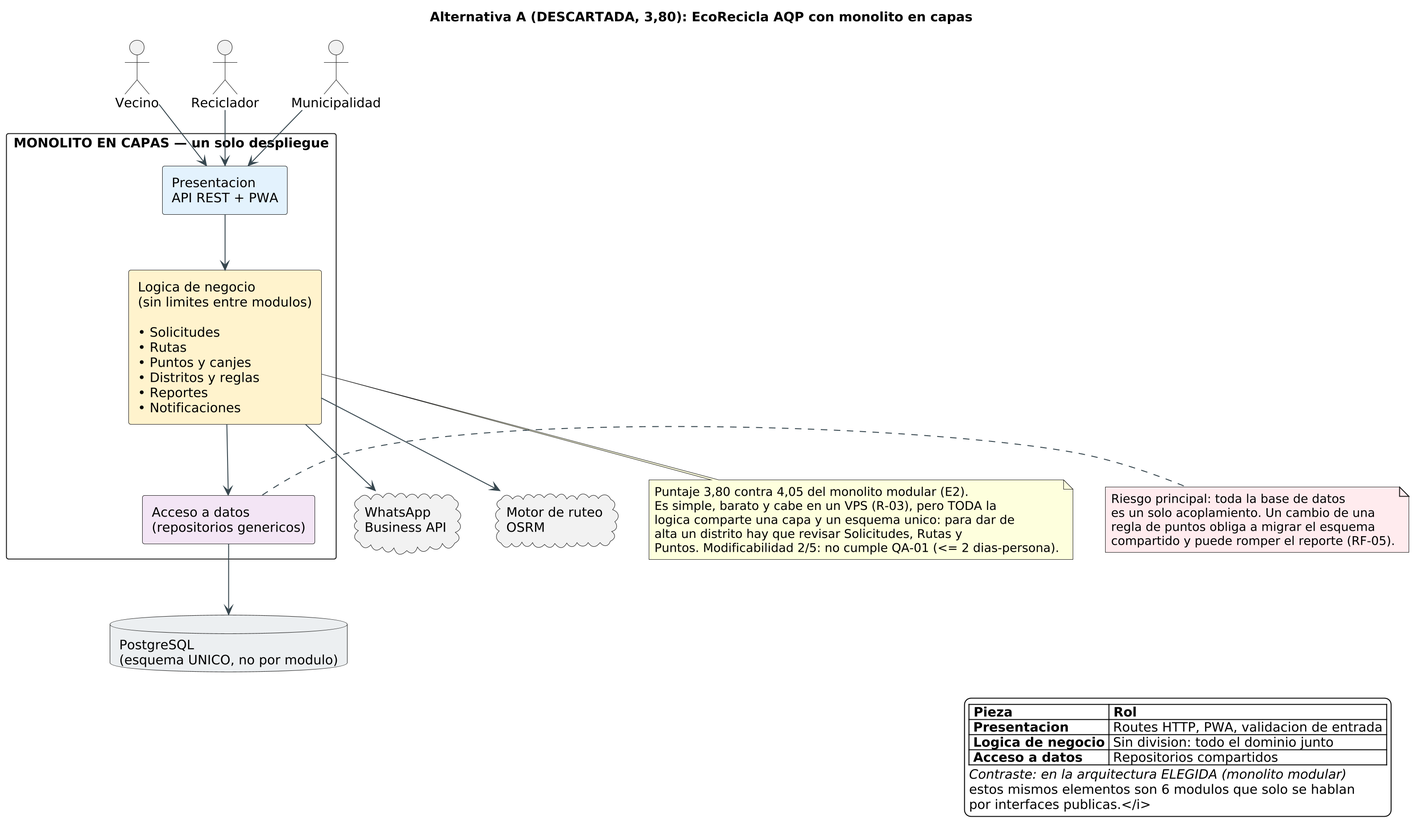
Before: docs/architecture/diagramas/img/alternativa.png, a diagram exported from PlantUML (PauloQuen/cs-2026b-lab04--grupo04). Source of this version:
```plantuml
@startuml

skinparam dpi 200
skinparam componentStyle rectangle
skinparam defaultFontName Arial
skinparam backgroundColor white
skinparam shadowing false
skinparam ArrowColor #37474F
skinparam packageStyle rectangle

title Alternativa A (DESCARTADA, 3,80): EcoRecicla AQP con monolito en capas

actor "Vecino" as VE
actor "Reciclador" as RE
actor "Municipalidad" as MU

package "MONOLITO EN CAPAS — un solo despliegue" {

  component "Presentacion\nAPI REST + PWA" as P #E3F2FD

  component "Logica de negocio\n(sin limites entre modulos)\n\n• Solicitudes\n• Rutas\n• Puntos y canjes\n• Distritos y reglas\n• Reportes\n• Notificaciones" as L #FFF3CD

  component "Acceso a datos\n(repositorios genericos)" as D #F3E5F5
}

database "PostgreSQL\n(esquema UNICO, no por modulo)" as DB #ECEFF1
cloud "WhatsApp\nBusiness API" as WA #F2F2F2
cloud "Motor de ruteo\nOSRM" as RT #F2F2F2

VE --> P
RE --> P
MU --> P

P --> L
L --> D
D --> DB
L --> WA
L --> RT

note bottom of L
  Puntaje 3,80 contra 4,05 del monolito modular (E2).
  Es simple, barato y cabe en un VPS (R-03), pero TODA la
  logica comparte una capa y un esquema unico: para dar de
  alta un distrito hay que revisar Solicitudes, Rutas y
  Puntos. Modificabilidad 2/5: no cumple QA-01 (<= 2 dias-persona).
end note

note right of D #FFEBEE
  Riesgo principal: toda la base de datos
  es un solo acoplamiento. Un cambio de una
  regla de puntos obliga a migrar el esquema
  compartido y puede romper el reporte (RF-05).
end note

legend right
  |= Pieza |= Rol |
  | <b>Presentacion</b> | Routes HTTP, PWA, validacion de entrada |
  | <b>Logica de negocio</b> | Sin division: todo el dominio junto |
  | <b>Acceso a datos</b> | Repositorios compartidos |
  <i>Contraste: en la arquitectura ELEGIDA (monolito modular)
  estos mismos elementos son 6 modulos que solo se hablan
  por interfaces publicas.</i>
endlegend

@enduml
```
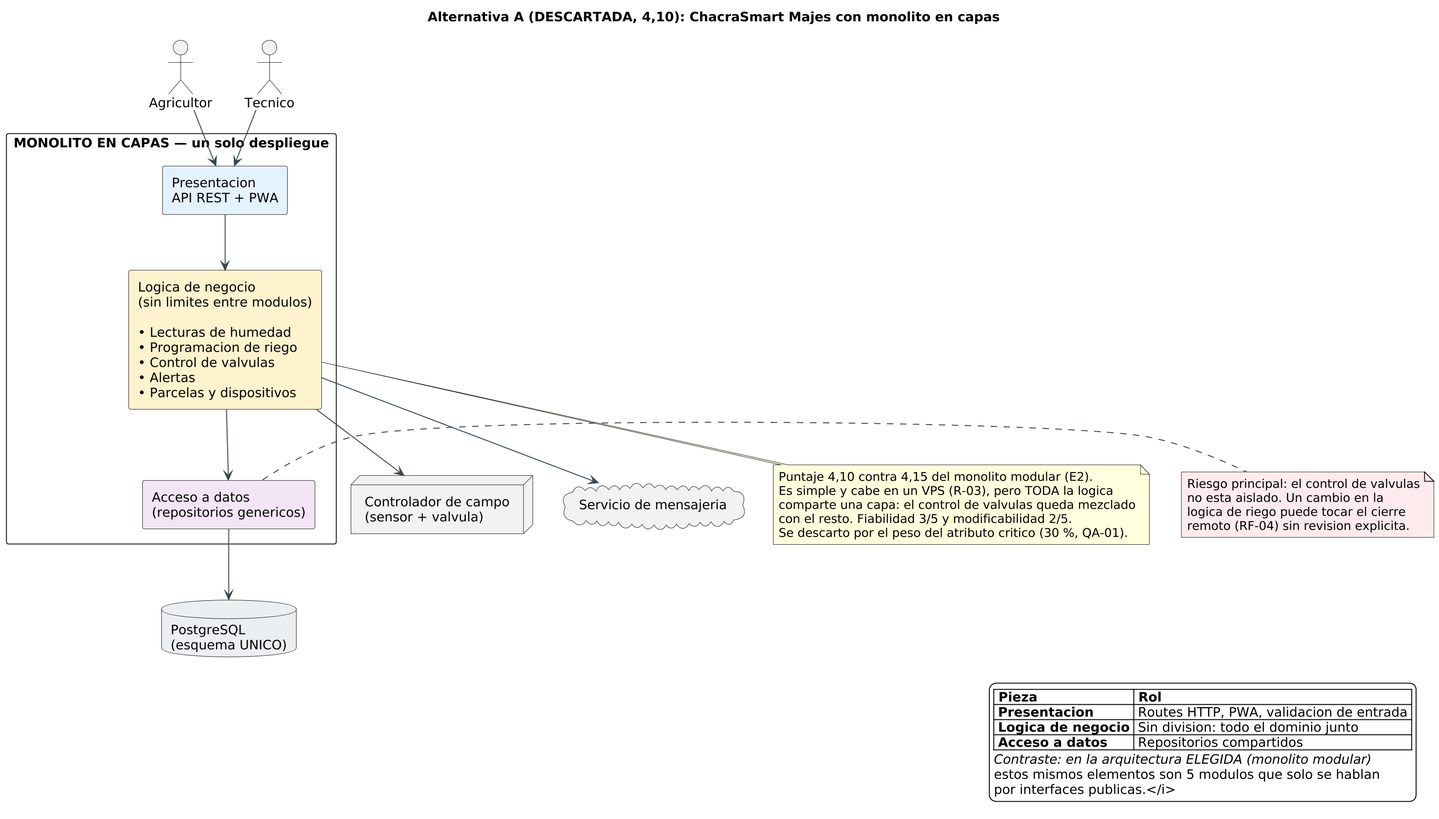
The same file after the commit.

Change to the diagram source:
```diff
@@ -8,48 +8,46 @@
 skinparam ArrowColor #37474F
 skinparam packageStyle rectangle
 
-title Alternativa A (DESCARTADA, 3,80): EcoRecicla AQP con monolito en capas
+title Alternativa A (DESCARTADA, 4,10): ChacraSmart Majes con monolito en capas
 
-actor "Vecino" as VE
-actor "Reciclador" as RE
-actor "Municipalidad" as MU
+actor "Agricultor" as AG
+actor "Tecnico" as TE
 
 package "MONOLITO EN CAPAS — un solo despliegue" {
 
   component "Presentacion\nAPI REST + PWA" as P #E3F2FD
 
-  component "Logica de negocio\n(sin limites entre modulos)\n\n• Solicitudes\n• Rutas\n• Puntos y canjes\n• Distritos y reglas\n• Reportes\n• Notificaciones" as L #FFF3CD
+  component "Logica de negocio\n(sin limites entre modulos)\n\n• Lecturas de humedad\n• Programacion de riego\n• Control de valvulas\n• Alertas\n• Parcelas y dispositivos" as L #FFF3CD
 
   component "Acceso a datos\n(repositorios genericos)" as D #F3E5F5
 }
 
-database "PostgreSQL\n(esquema UNICO, no por modulo)" as DB #ECEFF1
-cloud "WhatsApp\nBusiness API" as WA #F2F2F2
-cloud "Motor de ruteo\nOSRM" as RT #F2F2F2
+database "PostgreSQL\n(esquema UNICO)" as DB #ECEFF1
+node "Controlador de campo\n(sensor + valvula)" as CC #F2F2F2
+cloud "Servicio de mensajeria" as MSG #F2F2F2
 
-VE --> P
-RE --> P
-MU --> P
+AG --> P
+TE --> P
 
 P --> L
 L --> D
 D --> DB
-L --> WA
-L --> RT
+L --> CC
+L --> MSG
 
 note bottom of L
-  Puntaje 3,80 contra 4,05 del monolito modular (E2).
-  Es simple, barato y cabe en un VPS (R-03), pero TODA la
-  logica comparte una capa y un esquema unico: para dar de
-  alta un distrito hay que revisar Solicitudes, Rutas y
-  Puntos. Modificabilidad 2/5: no cumple QA-01 (<= 2 dias-persona).
+  Puntaje 4,10 contra 4,15 del monolito modular (E2).
+  Es simple y cabe en un VPS (R-03), pero TODA la logica
+  comparte una capa: el control de valvulas queda mezclado
+  con el resto. Fiabilidad 3/5 y modificabilidad 2/5.
+  Se descarto por el peso del atributo critico (30 %, QA-01).
 end note
 
 note right of D #FFEBEE
-  Riesgo principal: toda la base de datos
-  es un solo acoplamiento. Un cambio de una
-  regla de puntos obliga a migrar el esquema
-  compartido y puede romper el reporte (RF-05).
+  Riesgo principal: el control de valvulas
+  no esta aislado. Un cambio en la
+  logica de riego puede tocar el cierre
+  remoto (RF-04) sin revision explicita.
 end note
 
 legend right
@@ -58,7 +56,7 @@
   | <b>Logica de negocio</b> | Sin division: todo el dominio junto |
   | <b>Acceso a datos</b> | Repositorios compartidos |
   <i>Contraste: en la arquitectura ELEGIDA (monolito modular)
-  estos mismos elementos son 6 modulos que solo se hablan
+  estos mismos elementos son 5 modulos que solo se hablan
   por interfaces publicas.</i>
 endlegend
 
```
